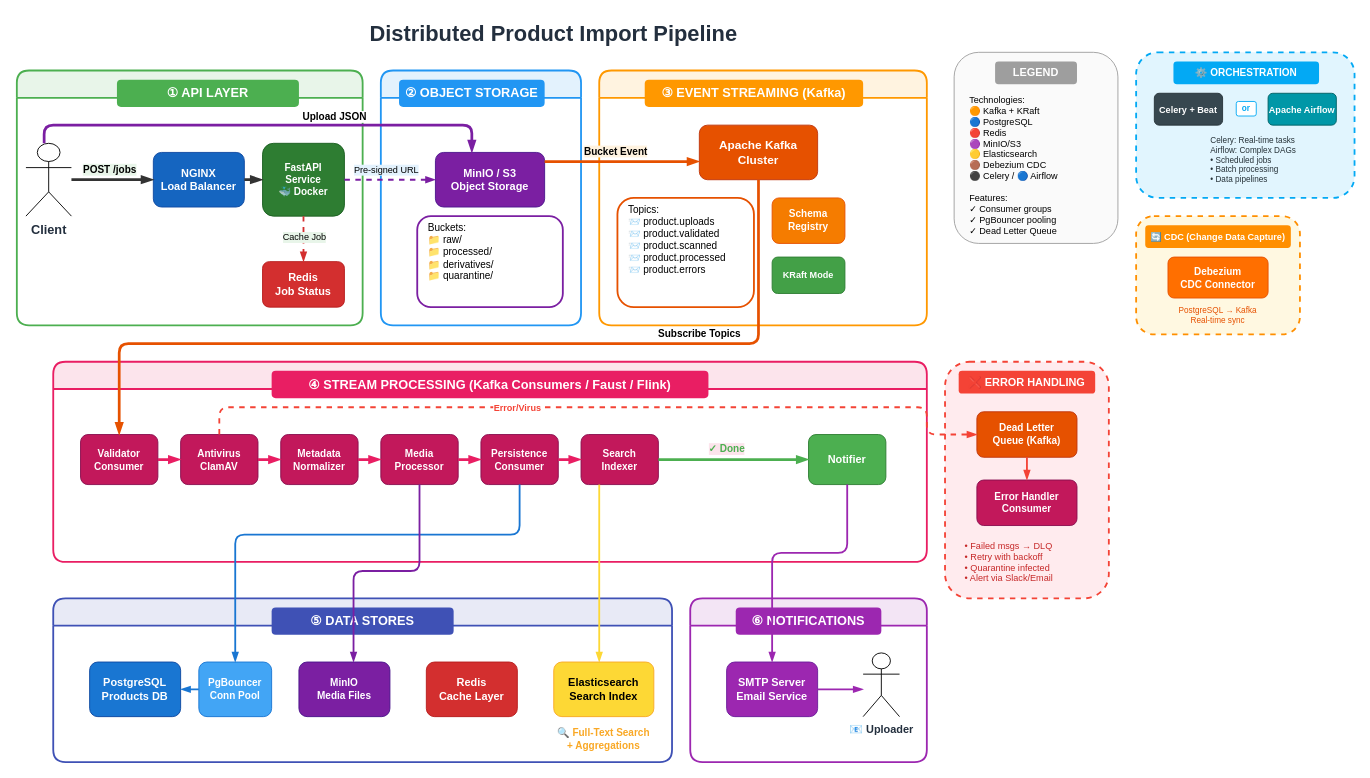
rezamobaraki/catalog-pipeline keeps this draw.io diagram as docs/TASK-2-KAFKA-DESIGN.drawio. Above is the earlier version. Source tidied: cells renumbered, new cells numbered last; positions are measured from the earlier drawing's top-left corner, leaving out a move shared by most shapes. Both pictures are drawn from the tidied source at 91%, with x=0, y=0 at pixel (16, 15).
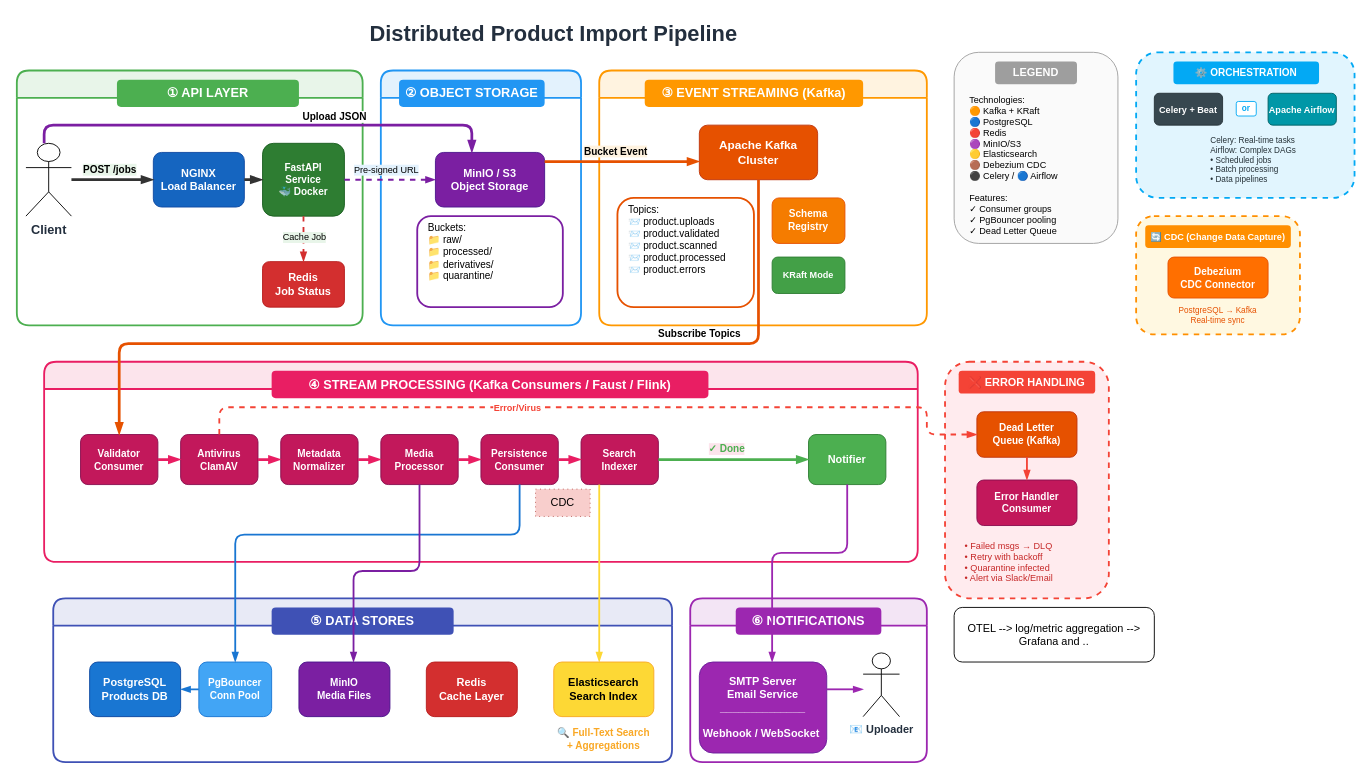
The same page after the edit.

Change to the diagram source:
```diff
@@
     <mxCell id="30" style="swimlane;startSize=30;horizontal=1;fillColor=#FCE4EC;strokeColor=#E91E63;strokeWidth=2;rounded=1;fontSize=14;fontStyle=1;" parent="1" vertex="1">
-      <mxGeometry x="40" y="380" width="960" height="220" as="geometry" />
+      <mxGeometry x="30" y="380" width="960" height="220" as="geometry" />
     </mxCell>
+    <mxCell id="93" value="CDC" style="text;html=1;whiteSpace=wrap;strokeColor=#b85450;fillColor=#f8cecc;align=center;verticalAlign=middle;rounded=0;gradientColor=none;dashed=1;dashPattern=1 4;" parent="30" vertex="1">
+      <mxGeometry x="540" y="140" width="60" height="30" as="geometry" />
+    </mxCell>
@@
-    <mxCell id="60" value="SMTP Server&#10;Email Service" style="rounded=1;whiteSpace=wrap;html=1;fillColor=#9C27B0;strokeColor=#6A1B9A;fontColor=#FFFFFF;fontSize=12;fontStyle=1;" parent="1" vertex="1">
-      <mxGeometry x="780" y="710" width="100" height="60" as="geometry" />
+    <mxCell id="60" value="SMTP Server&lt;br&gt;Email Service&lt;div&gt;______________&lt;/div&gt;&lt;div&gt;&lt;br&gt;&lt;div&gt;Webhook / WebSocket&amp;nbsp;&lt;/div&gt;&lt;/div&gt;" style="rounded=1;whiteSpace=wrap;html=1;fillColor=#9C27B0;strokeColor=#6A1B9A;fontColor=#FFFFFF;fontSize=12;fontStyle=1;" parent="1" vertex="1">
+      <mxGeometry x="750" y="710" width="140" height="100" as="geometry" />
     </mxCell>
@@
+    <mxCell id="94" value="OTEL --&amp;gt; log/metric aggregation --&amp;gt; Grafana and .." style="rounded=1;whiteSpace=wrap;html=1;" parent="1" vertex="1">
+      <mxGeometry x="1030" y="650" width="220" height="60" as="geometry" />
+    </mxCell>
```
